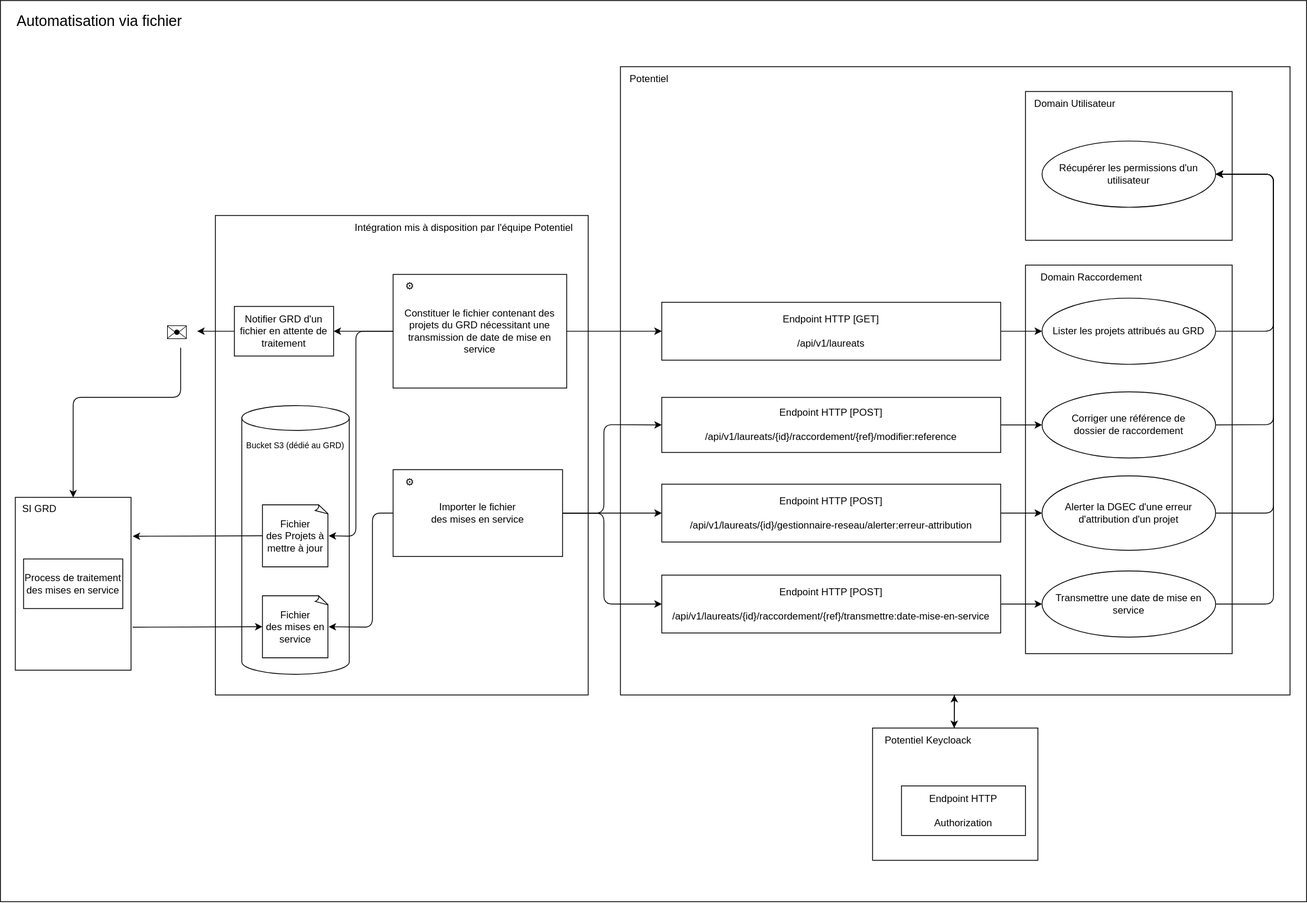
Above: docs/contributing/diagrams/raccordement/7-archi-scenario-3.drawio.svg in MTES-MCT/potentiel (draw.io), before the change. Source tidied: cells renumbered, new cells last; positions are measured from the earlier drawing's top-left corner, leaving out a move shared by most shapes.
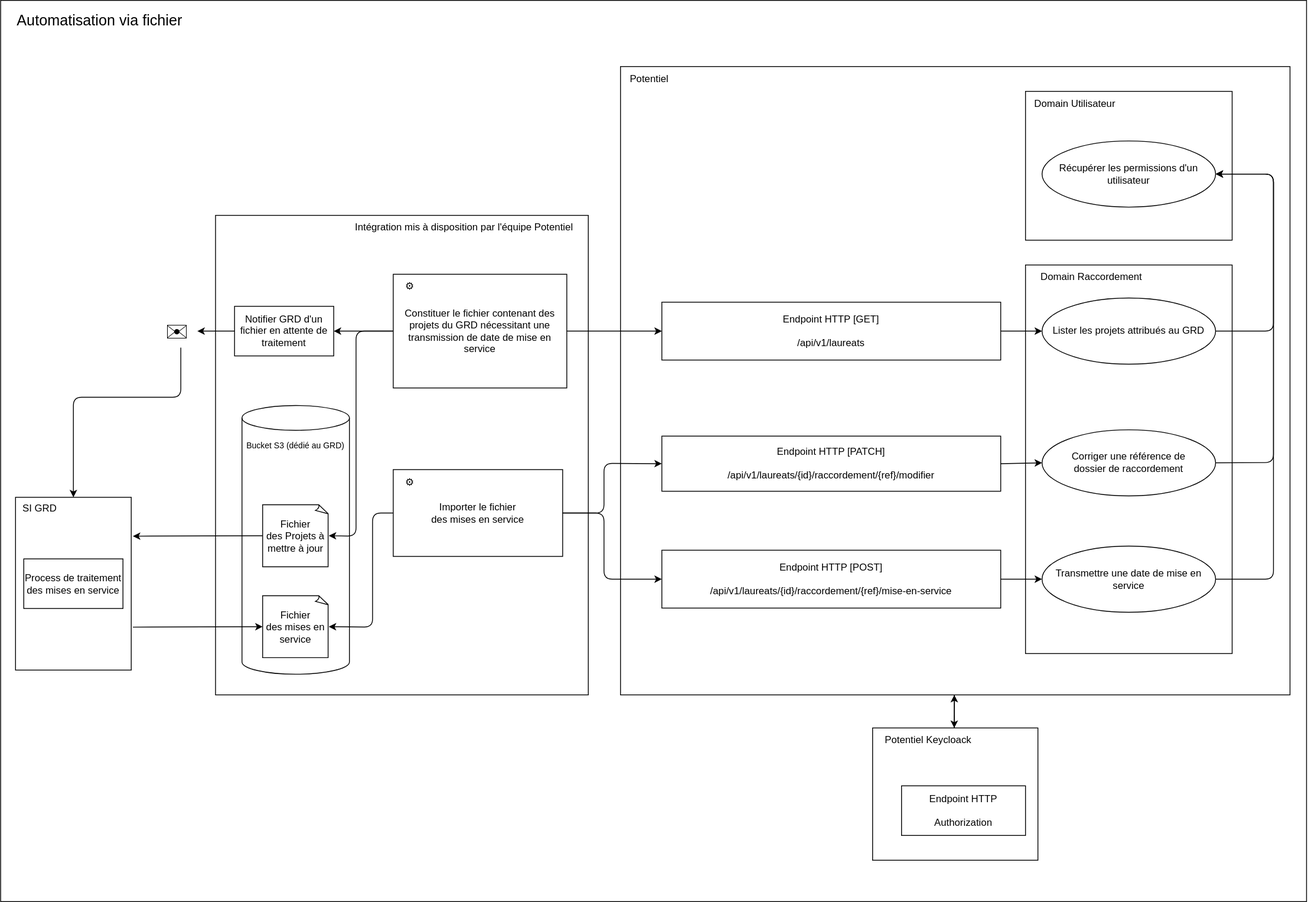
The same file after the commit.

Diff of the diagram source:
```diff
@@ -33,7 +33,7 @@
       <mxGeometry x="1260" y="360" width="210" height="80" as="geometry" />
     </mxCell>
     <mxCell id="12" value="Transmettre une date de mise en service" style="ellipse;whiteSpace=wrap;html=1;" parent="1" vertex="1">
-      <mxGeometry x="1260" y="690" width="210" height="80" as="geometry" />
+      <mxGeometry x="1260" y="660" width="210" height="80" as="geometry" />
     </mxCell>
     <mxCell id="13" style="rounded=0;whiteSpace=wrap;html=1;" parent="1" vertex="1">
       <mxGeometry x="1240" y="110" width="250" height="180" as="geometry" />
@@ -45,11 +45,8 @@
       <mxGeometry x="1260" y="170" width="210" height="80" as="geometry" />
     </mxCell>
     <mxCell id="16" value="Corriger une référence de&lt;br&gt;dossier de raccordement" style="ellipse;whiteSpace=wrap;html=1;" parent="1" vertex="1">
-      <mxGeometry x="1260" y="473.3" width="210" height="80" as="geometry" />
+      <mxGeometry x="1260" y="519.3" width="210" height="80" as="geometry" />
     </mxCell>
-    <mxCell id="17" value="Alerter la DGEC d'une erreur d'attribution d'un projet" style="ellipse;whiteSpace=wrap;html=1;" parent="1" vertex="1">
-      <mxGeometry x="1260" y="575" width="210" height="90" as="geometry" />
-    </mxCell>
     <mxCell id="18" style="endArrow=classic;html=1;entryX=1;entryY=0.5;entryDx=0;entryDy=0;exitX=1;exitY=0.5;exitDx=0;exitDy=0;" parent="1" edge="1" source="11" target="15">
       <mxGeometry relative="1" as="geometry">
         <Array as="points">
@@ -61,23 +58,15 @@
     <mxCell id="19" style="endArrow=classic;html=1;entryX=1;entryY=0.5;entryDx=0;entryDy=0;exitX=1;exitY=0.5;exitDx=0;exitDy=0;" parent="1" edge="1" source="16" target="15">
       <mxGeometry relative="1" as="geometry">
         <Array as="points">
-          <mxPoint x="1540" y="513" />
+          <mxPoint x="1540" y="559" />
           <mxPoint x="1540" y="210" />
         </Array>
       </mxGeometry>
     </mxCell>
-    <mxCell id="20" style="endArrow=classic;html=1;entryX=1;entryY=0.5;entryDx=0;entryDy=0;exitX=1;exitY=0.5;exitDx=0;exitDy=0;" parent="1" edge="1" source="17" target="15">
-      <mxGeometry relative="1" as="geometry">
-        <Array as="points">
-          <mxPoint x="1540" y="620" />
-          <mxPoint x="1540" y="210" />
-        </Array>
-      </mxGeometry>
-    </mxCell>
     <mxCell id="21" style="endArrow=classic;html=1;entryX=1;entryY=0.5;entryDx=0;entryDy=0;exitX=1;exitY=0.5;exitDx=0;exitDy=0;" parent="1" edge="1" source="12" target="15">
       <mxGeometry relative="1" as="geometry">
         <Array as="points">
-          <mxPoint x="1540" y="730" />
+          <mxPoint x="1540" y="700" />
           <mxPoint x="1540" y="210" />
         </Array>
       </mxGeometry>
@@ -85,21 +74,15 @@
     <mxCell id="22" value="Endpoint HTTP [GET]&lt;br&gt;&lt;br&gt;/api/v1/laureats" style="rounded=0;whiteSpace=wrap;html=1;" parent="1" vertex="1">
       <mxGeometry x="800" y="365" width="410" height="70" as="geometry" />
     </mxCell>
-    <mxCell id="23" value="Endpoint HTTP [POST]&lt;br&gt;&lt;br&gt;/api/v1/laureats/{id}/raccordement/{ref}/modifier:reference" style="rounded=0;whiteSpace=wrap;html=1;" parent="1" vertex="1">
-      <mxGeometry x="800" y="480" width="410" height="66.7" as="geometry" />
+    <mxCell id="23" value="Endpoint HTTP [PATCH]&lt;br&gt;&lt;br&gt;/api/v1/laureats/{id}/raccordement/{ref}/modifier" style="rounded=0;whiteSpace=wrap;html=1;" parent="1" vertex="1">
+      <mxGeometry x="800" y="527" width="410" height="66.7" as="geometry" />
     </mxCell>
-    <mxCell id="24" value="Endpoint HTTP [POST]&lt;br&gt;&lt;br&gt;/api/v1/laureats/{id}/gestionnaire-reseau/alerter:erreur-attribution" style="rounded=0;whiteSpace=wrap;html=1;" parent="1" vertex="1">
-      <mxGeometry x="800" y="585" width="410" height="70" as="geometry" />
-    </mxCell>
-    <mxCell id="25" value="Endpoint HTTP [POST]&lt;br&gt;&lt;br&gt;/api/v1/laureats/{id}/raccordement/{ref}/transmettre:date-mise-en-service" style="rounded=0;whiteSpace=wrap;html=1;" parent="1" vertex="1">
-      <mxGeometry x="800" y="695" width="410" height="70" as="geometry" />
+    <mxCell id="25" value="Endpoint HTTP [POST]&lt;br&gt;&lt;br&gt;/api/v1/laureats/{id}/raccordement/{ref}/mise-en-service" style="rounded=0;whiteSpace=wrap;html=1;" parent="1" vertex="1">
+      <mxGeometry x="800" y="665" width="410" height="70" as="geometry" />
     </mxCell>
     <mxCell id="26" style="endArrow=classic;html=1;entryX=0;entryY=0.5;entryDx=0;entryDy=0;exitX=1;exitY=0.5;exitDx=0;exitDy=0;" parent="1" edge="1" source="23" target="16">
       <mxGeometry relative="1" as="geometry" />
     </mxCell>
-    <mxCell id="27" style="endArrow=classic;html=1;exitX=1;exitY=0.5;exitDx=0;exitDy=0;entryX=0;entryY=0.5;entryDx=0;entryDy=0;" parent="1" edge="1" source="24" target="17">
-      <mxGeometry relative="1" as="geometry" />
-    </mxCell>
     <mxCell id="28" style="endArrow=classic;html=1;exitX=1;exitY=0.5;exitDx=0;exitDy=0;entryX=0;entryY=0.5;entryDx=0;entryDy=0;" parent="1" edge="1" source="25" target="12">
       <mxGeometry relative="1" as="geometry" />
     </mxCell>
@@ -128,19 +111,16 @@
       <mxGeometry relative="1" as="geometry">
         <Array as="points">
           <mxPoint x="730" y="620" />
-          <mxPoint x="730" y="513" />
+          <mxPoint x="730" y="560" />
         </Array>
       </mxGeometry>
     </mxCell>
-    <mxCell id="37" style="endArrow=classic;html=1;entryX=0;entryY=0.5;entryDx=0;entryDy=0;exitX=1;exitY=0.5;exitDx=0;exitDy=0;" parent="1" edge="1" source="33" target="24">
-      <mxGeometry relative="1" as="geometry" />
-    </mxCell>
     <mxCell id="38" style="endArrow=classic;html=1;entryX=0;entryY=0.5;entryDx=0;entryDy=0;" parent="1" edge="1" target="25">
       <mxGeometry relative="1" as="geometry">
         <mxPoint x="680" y="620" as="sourcePoint" />
         <Array as="points">
           <mxPoint x="730" y="620" />
-          <mxPoint x="730" y="730" />
+          <mxPoint x="730" y="700" />
         </Array>
       </mxGeometry>
     </mxCell>
```
